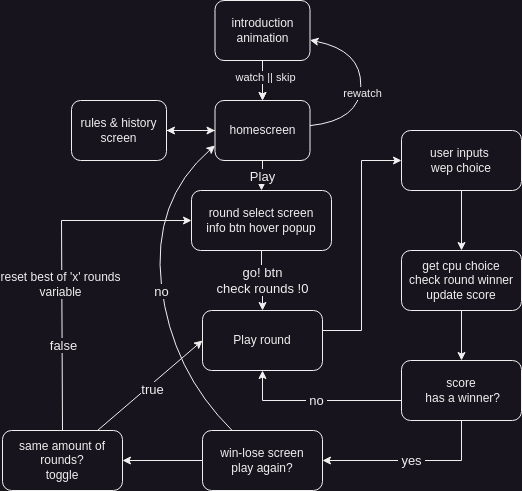
Earlier version of the draw.io export concept/diagram/rps.drawio.png (carafelix/rps-sansukumi-ken). Source tidied: cells renumbered, new cells last; positions are measured from the earlier drawing's top-left corner, leaving out a move shared by most shapes. Its diagram source:
```xml
<mxGraphModel>
  <root>
    <mxCell id="0" />
    <mxCell id="1" parent="0" />
    <mxCell id="2" style="edgeStyle=orthogonalEdgeStyle;rounded=0;jettySize=auto;html=1;" parent="1" edge="1" source="4" target="10">
      <mxGeometry relative="1" as="geometry" />
    </mxCell>
    <mxCell id="3" value="&lt;font style=&quot;font-size: 13px;&quot;&gt;Play&lt;/font&gt;" style="edgeStyle=orthogonalEdgeStyle;rounded=0;jettySize=auto;html=1;" parent="1" edge="1" source="4" target="14">
      <mxGeometry relative="1" as="geometry" />
    </mxCell>
    <mxCell id="4" value="homescreen&lt;br&gt;" style="rounded=1;whiteSpace=wrap;html=1;" parent="1" vertex="1">
      <mxGeometry x="212.5" y="100" width="95" height="60" as="geometry" />
    </mxCell>
    <mxCell id="5" style="edgeStyle=orthogonalEdgeStyle;rounded=0;jettySize=auto;html=1;" parent="1" edge="1" source="8" target="4">
      <mxGeometry relative="1" as="geometry" />
    </mxCell>
    <mxCell id="6" style="edgeStyle=orthogonalEdgeStyle;rounded=0;jettySize=auto;html=1;" parent="1" edge="1" source="8" target="4">
      <mxGeometry relative="1" as="geometry" />
    </mxCell>
    <mxCell id="7" value="watch || skip" style="edgeLabel;html=1;align=center;verticalAlign=middle;" parent="6" vertex="1">
      <mxGeometry x="-0.2" y="3" relative="1" as="geometry">
        <mxPoint x="-1" as="offset" />
      </mxGeometry>
    </mxCell>
    <mxCell id="8" value="introduction&lt;br&gt;animation" style="rounded=1;whiteSpace=wrap;html=1;" parent="1" vertex="1">
      <mxGeometry x="212.5" width="95" height="60" as="geometry" />
    </mxCell>
    <mxCell id="9" style="edgeStyle=orthogonalEdgeStyle;rounded=0;jettySize=auto;html=1;" parent="1" edge="1" source="10" target="4">
      <mxGeometry relative="1" as="geometry" />
    </mxCell>
    <mxCell id="10" value="rules &amp;amp; history&lt;br&gt;screen&lt;br&gt;" style="rounded=1;whiteSpace=wrap;html=1;" parent="1" vertex="1">
      <mxGeometry x="69" y="100" width="95" height="60" as="geometry" />
    </mxCell>
    <mxCell id="11" style="curved=1;endArrow=classic;html=1;rounded=0;" parent="1" edge="1" source="4" target="8">
      <mxGeometry relative="1" as="geometry">
        <Array as="points">
          <mxPoint x="357.5" y="120" />
          <mxPoint x="359" y="50" />
        </Array>
      </mxGeometry>
    </mxCell>
    <mxCell id="12" value="rewatch" style="edgeLabel;html=1;align=center;verticalAlign=middle;" parent="11" vertex="1">
      <mxGeometry x="-0.09" y="-1" relative="1" as="geometry" />
    </mxCell>
    <mxCell id="13" value="&lt;font style=&quot;font-size: 13px;&quot;&gt;go! btn&lt;br&gt;check rounds !0&lt;br&gt;&lt;/font&gt;" style="edgeStyle=orthogonalEdgeStyle;rounded=0;jettySize=auto;html=1;" parent="1" edge="1" source="14" target="16">
      <mxGeometry relative="1" as="geometry" />
    </mxCell>
    <mxCell id="14" value="round select screen&lt;br&gt;info btn hover popup" style="rounded=1;whiteSpace=wrap;html=1;" parent="1" vertex="1">
      <mxGeometry x="189" y="190" width="140" height="60" as="geometry" />
    </mxCell>
    <mxCell id="15" style="edgeStyle=orthogonalEdgeStyle;rounded=0;jettySize=auto;html=1;" parent="1" edge="1" source="16" target="20">
      <mxGeometry relative="1" as="geometry">
        <Array as="points">
          <mxPoint x="359" y="330" />
          <mxPoint x="359" y="160" />
        </Array>
      </mxGeometry>
    </mxCell>
    <mxCell id="16" value="Play round" style="rounded=1;whiteSpace=wrap;html=1;" parent="1" vertex="1">
      <mxGeometry x="200" y="310" width="120" height="60" as="geometry" />
    </mxCell>
    <mxCell id="17" style="edgeStyle=orthogonalEdgeStyle;rounded=0;jettySize=auto;html=1;" parent="1" edge="1" source="18" target="28">
      <mxGeometry relative="1" as="geometry" />
    </mxCell>
    <mxCell id="18" value="win-lose screen&lt;br&gt;play again?" style="rounded=1;whiteSpace=wrap;html=1;" parent="1" vertex="1">
      <mxGeometry x="200" y="430" width="120" height="60" as="geometry" />
    </mxCell>
    <mxCell id="19" style="edgeStyle=orthogonalEdgeStyle;rounded=0;jettySize=auto;html=1;" parent="1" edge="1" source="20" target="22">
      <mxGeometry relative="1" as="geometry" />
    </mxCell>
    <mxCell id="20" value="user inputs&amp;nbsp;&lt;br&gt;wep choice" style="whiteSpace=wrap;html=1;rounded=1;" parent="1" vertex="1">
      <mxGeometry x="399" y="130" width="120" height="60" as="geometry" />
    </mxCell>
    <mxCell id="21" style="edgeStyle=orthogonalEdgeStyle;rounded=0;jettySize=auto;html=1;" parent="1" edge="1" source="22" target="25">
      <mxGeometry relative="1" as="geometry" />
    </mxCell>
    <mxCell id="22" value="get cpu choice&lt;br&gt;check round winner&lt;br&gt;update score" style="whiteSpace=wrap;html=1;rounded=1;" parent="1" vertex="1">
      <mxGeometry x="399" y="250" width="120" height="60" as="geometry" />
    </mxCell>
    <mxCell id="23" value="&lt;font style=&quot;font-size: 13px;&quot;&gt;&amp;nbsp;yes&amp;nbsp;&lt;/font&gt;" style="edgeStyle=orthogonalEdgeStyle;rounded=0;jettySize=auto;html=1;entryX=1;entryY=0.5;entryDx=0;entryDy=0;" parent="1" edge="1" source="25" target="18">
      <mxGeometry relative="1" as="geometry">
        <Array as="points">
          <mxPoint x="459" y="460" />
        </Array>
      </mxGeometry>
    </mxCell>
    <mxCell id="24" value="&amp;nbsp;&lt;font style=&quot;font-size: 13px;&quot;&gt;no&lt;/font&gt;&amp;nbsp;" style="edgeStyle=orthogonalEdgeStyle;rounded=0;jettySize=auto;html=1;entryX=0.5;entryY=1;entryDx=0;entryDy=0;" parent="1" edge="1" source="25" target="16">
      <mxGeometry relative="1" as="geometry">
        <Array as="points">
          <mxPoint x="260" y="400" />
        </Array>
      </mxGeometry>
    </mxCell>
    <mxCell id="25" value="score&lt;br&gt;&amp;nbsp;has a winner?" style="rounded=1;whiteSpace=wrap;html=1;" parent="1" vertex="1">
      <mxGeometry x="399" y="360" width="120" height="60" as="geometry" />
    </mxCell>
    <mxCell id="26" style="curved=1;endArrow=classic;html=1;rounded=0;entryX=0;entryY=0.75;entryDx=0;entryDy=0;" parent="1" edge="1" source="18" target="4">
      <mxGeometry relative="1" as="geometry">
        <Array as="points">
          <mxPoint x="169" y="370" />
          <mxPoint x="149" y="200" />
        </Array>
      </mxGeometry>
    </mxCell>
    <mxCell id="27" value="&lt;span style=&quot;font-size: 13px;&quot;&gt;no&lt;br&gt;&lt;/span&gt;" style="edgeLabel;html=1;align=center;verticalAlign=middle;" parent="26" vertex="1">
      <mxGeometry x="-0.03" y="1" relative="1" as="geometry" />
    </mxCell>
    <mxCell id="28" value="same amount of rounds?&lt;br&gt;toggle" style="rounded=1;whiteSpace=wrap;html=1;" parent="1" vertex="1">
      <mxGeometry y="430" width="120" height="60" as="geometry" />
    </mxCell>
    <mxCell id="29" style="endArrow=classic;html=1;rounded=0;entryX=0;entryY=0.5;entryDx=0;entryDy=0;" parent="1" edge="1" source="28" target="16">
      <mxGeometry relative="1" as="geometry" />
    </mxCell>
    <mxCell id="30" value="&lt;font style=&quot;font-size: 13px;&quot;&gt;true&lt;/font&gt;" style="edgeLabel;html=1;align=center;verticalAlign=middle;" parent="29" vertex="1">
      <mxGeometry y="-4" relative="1" as="geometry" />
    </mxCell>
    <mxCell id="31" style="endArrow=classic;html=1;rounded=0;exitX=0.5;exitY=0;exitDx=0;exitDy=0;entryX=0;entryY=0.5;entryDx=0;entryDy=0;" parent="1" edge="1" source="28" target="14">
      <mxGeometry relative="1" as="geometry">
        <Array as="points">
          <mxPoint x="59" y="220" />
        </Array>
      </mxGeometry>
    </mxCell>
    <mxCell id="32" value="&lt;font style=&quot;font-size: 13px;&quot;&gt;false&lt;/font&gt;" style="edgeLabel;html=1;align=center;verticalAlign=middle;" parent="31" vertex="1">
      <mxGeometry x="-0.5" y="-1" relative="1" as="geometry" />
    </mxCell>
    <mxCell id="33" value="&lt;font style=&quot;font-size: 12px;&quot;&gt;reset best of 'x' rounds&lt;br&gt;variable&lt;/font&gt;" style="edgeLabel;html=1;align=center;verticalAlign=middle;" parent="31" vertex="1">
      <mxGeometry x="-0.14" y="2" relative="1" as="geometry" />
    </mxCell>
  </root>
</mxGraphModel>
```
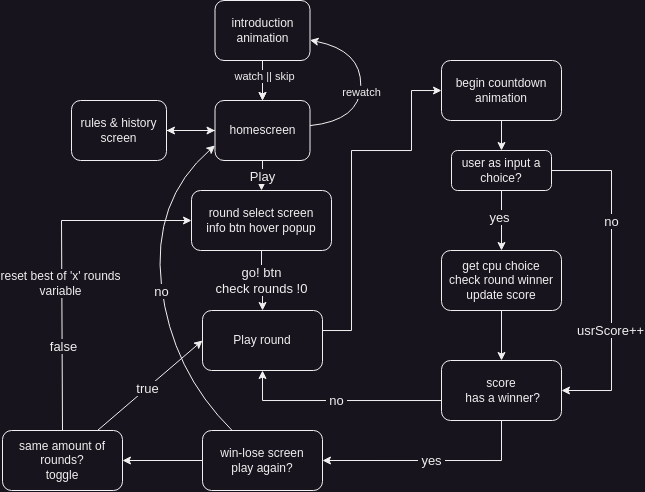
The same file after the commit.

What changed in the source:
```diff
@@ -51,8 +51,10 @@
     <mxCell id="15" style="edgeStyle=orthogonalEdgeStyle;rounded=0;jettySize=auto;html=1;" parent="1" edge="1" source="16" target="20">
       <mxGeometry relative="1" as="geometry">
         <Array as="points">
-          <mxPoint x="359" y="330" />
-          <mxPoint x="359" y="160" />
+          <mxPoint x="349" y="330" />
+          <mxPoint x="349" y="150" />
+          <mxPoint x="409" y="150" />
+          <mxPoint x="409" y="90" />
         </Array>
       </mxGeometry>
     </mxCell>
@@ -65,22 +67,22 @@
     <mxCell id="18" value="win-lose screen&lt;br&gt;play again?" style="rounded=1;whiteSpace=wrap;html=1;" parent="1" vertex="1">
       <mxGeometry x="200" y="430" width="120" height="60" as="geometry" />
     </mxCell>
-    <mxCell id="19" style="edgeStyle=orthogonalEdgeStyle;rounded=0;jettySize=auto;html=1;" parent="1" edge="1" source="20" target="22">
-      <mxGeometry relative="1" as="geometry" />
-    </mxCell>
+    <mxCell id="34" style="edgeStyle=orthogonalEdgeStyle;rounded=0;jettySize=auto;html=1;" parent="1" edge="1" source="20" target="40">
+      <mxGeometry relative="1" as="geometry" />
+    </mxCell>
-    <mxCell id="20" value="user inputs&amp;nbsp;&lt;br&gt;wep choice" style="whiteSpace=wrap;html=1;rounded=1;" parent="1" vertex="1">
-      <mxGeometry x="399" y="130" width="120" height="60" as="geometry" />
+    <mxCell id="20" value="begin countdown animation" style="whiteSpace=wrap;html=1;rounded=1;" parent="1" vertex="1">
+      <mxGeometry x="439" y="60" width="120" height="60" as="geometry" />
     </mxCell>
     <mxCell id="21" style="edgeStyle=orthogonalEdgeStyle;rounded=0;jettySize=auto;html=1;" parent="1" edge="1" source="22" target="25">
       <mxGeometry relative="1" as="geometry" />
     </mxCell>
     <mxCell id="22" value="get cpu choice&lt;br&gt;check round winner&lt;br&gt;update score" style="whiteSpace=wrap;html=1;rounded=1;" parent="1" vertex="1">
-      <mxGeometry x="399" y="250" width="120" height="60" as="geometry" />
+      <mxGeometry x="439" y="250" width="120" height="60" as="geometry" />
     </mxCell>
     <mxCell id="23" value="&lt;font style=&quot;font-size: 13px;&quot;&gt;&amp;nbsp;yes&amp;nbsp;&lt;/font&gt;" style="edgeStyle=orthogonalEdgeStyle;rounded=0;jettySize=auto;html=1;entryX=1;entryY=0.5;entryDx=0;entryDy=0;" parent="1" edge="1" source="25" target="18">
       <mxGeometry relative="1" as="geometry">
         <Array as="points">
-          <mxPoint x="459" y="460" />
+          <mxPoint x="499" y="460" />
         </Array>
       </mxGeometry>
     </mxCell>
@@ -92,7 +94,7 @@
       </mxGeometry>
     </mxCell>
     <mxCell id="25" value="score&lt;br&gt;&amp;nbsp;has a winner?" style="rounded=1;whiteSpace=wrap;html=1;" parent="1" vertex="1">
-      <mxGeometry x="399" y="360" width="120" height="60" as="geometry" />
+      <mxGeometry x="439" y="360" width="120" height="60" as="geometry" />
     </mxCell>
     <mxCell id="26" style="curved=1;endArrow=classic;html=1;rounded=0;entryX=0;entryY=0.75;entryDx=0;entryDy=0;" parent="1" edge="1" source="18" target="4">
       <mxGeometry relative="1" as="geometry">
@@ -112,7 +114,9 @@
       <mxGeometry relative="1" as="geometry" />
     </mxCell>
     <mxCell id="30" value="&lt;font style=&quot;font-size: 13px;&quot;&gt;true&lt;/font&gt;" style="edgeLabel;html=1;align=center;verticalAlign=middle;" parent="29" vertex="1">
-      <mxGeometry y="-4" relative="1" as="geometry" />
+      <mxGeometry y="-4" relative="1" as="geometry">
+        <mxPoint x="-5" as="offset" />
+      </mxGeometry>
     </mxCell>
     <mxCell id="31" style="endArrow=classic;html=1;rounded=0;exitX=0.5;exitY=0;exitDx=0;exitDy=0;entryX=0;entryY=0.5;entryDx=0;entryDy=0;" parent="1" edge="1" source="28" target="14">
       <mxGeometry relative="1" as="geometry">
@@ -127,5 +131,30 @@
     <mxCell id="33" value="&lt;font style=&quot;font-size: 12px;&quot;&gt;reset best of 'x' rounds&lt;br&gt;variable&lt;/font&gt;" style="edgeLabel;html=1;align=center;verticalAlign=middle;" parent="31" vertex="1">
       <mxGeometry x="-0.14" y="2" relative="1" as="geometry" />
     </mxCell>
+    <mxCell id="35" style="edgeStyle=orthogonalEdgeStyle;rounded=0;jettySize=auto;html=1;" parent="1" edge="1" source="40" target="22">
+      <mxGeometry relative="1" as="geometry" />
+    </mxCell>
+    <mxCell id="36" value="&lt;font style=&quot;font-size: 13px;&quot;&gt;yes&lt;/font&gt;" style="edgeLabel;html=1;align=center;verticalAlign=middle;" parent="35" vertex="1">
+      <mxGeometry x="-0.1" y="-2" relative="1" as="geometry" />
+    </mxCell>
+    <mxCell id="37" style="edgeStyle=orthogonalEdgeStyle;rounded=0;jettySize=auto;html=1;entryX=1;entryY=0.5;entryDx=0;entryDy=0;" parent="1" edge="1" source="40" target="25">
+      <mxGeometry relative="1" as="geometry">
+        <Array as="points">
+          <mxPoint x="609" y="170" />
+          <mxPoint x="609" y="390" />
+        </Array>
+      </mxGeometry>
+    </mxCell>
+    <mxCell id="38" value="&lt;font style=&quot;font-size: 13px;&quot;&gt;no&lt;/font&gt;" style="edgeLabel;html=1;align=center;verticalAlign=middle;" parent="37" vertex="1">
+      <mxGeometry x="-0.33" relative="1" as="geometry" />
+    </mxCell>
+    <mxCell id="39" value="&lt;font style=&quot;font-size: 13px;&quot;&gt;usrScore++&lt;/font&gt;" style="edgeLabel;html=1;align=center;verticalAlign=middle;" parent="37" vertex="1">
+      <mxGeometry x="0.1" y="-1" relative="1" as="geometry">
+        <mxPoint y="38" as="offset" />
+      </mxGeometry>
+    </mxCell>
+    <mxCell id="40" value="user as input a choice?" style="rounded=1;whiteSpace=wrap;html=1;" parent="1" vertex="1">
+      <mxGeometry x="449" y="150" width="100" height="40" as="geometry" />
+    </mxCell>
   </root>
 </mxGraphModel>
```
